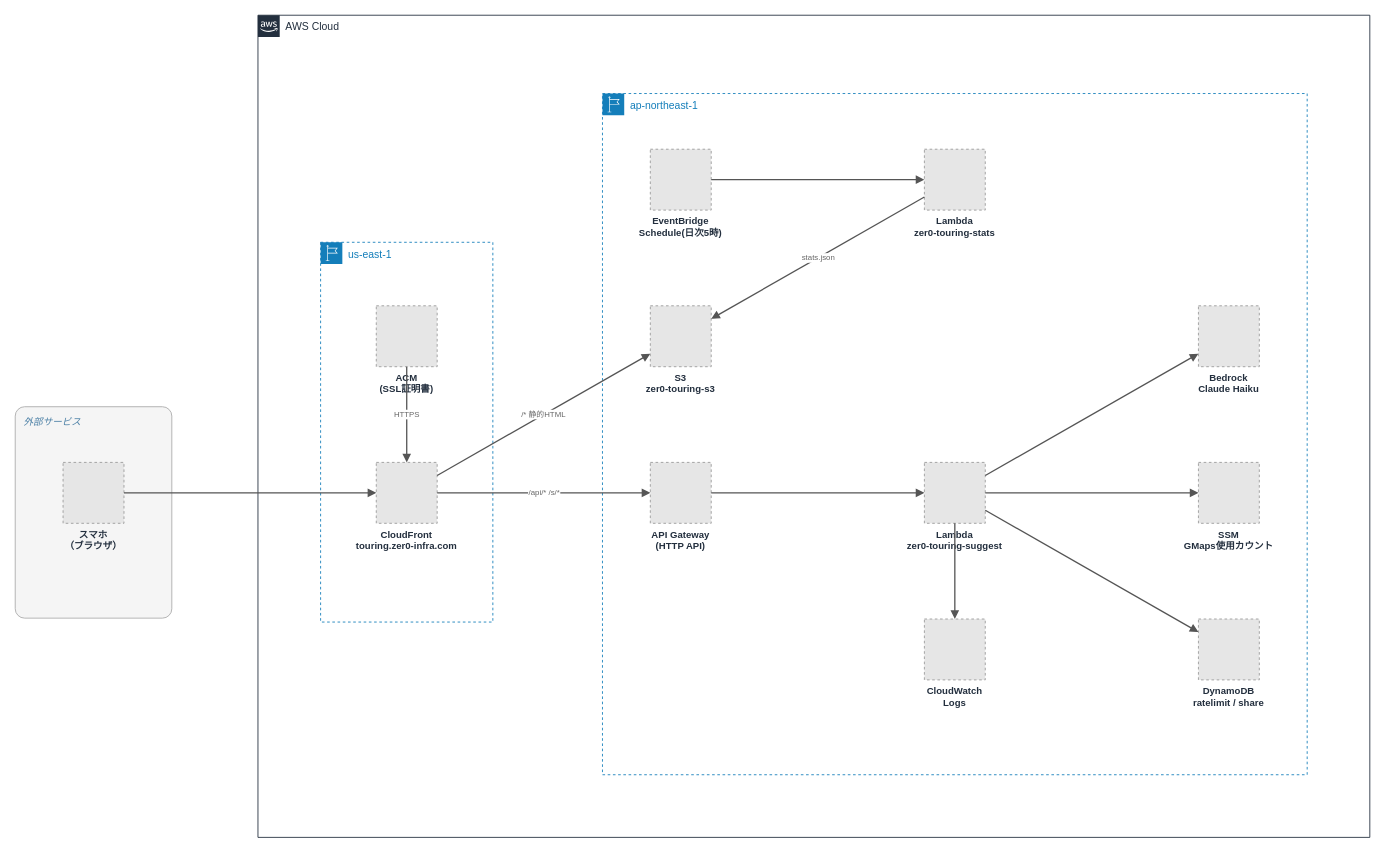
Above: 007_zer0-touring-app/images/007_architecture.drawio in Zer0-1179/Zer0-public (draw.io), before the change. Source tidied: cells renumbered, new cells numbered last; positions are measured from the earlier drawing's top-left corner, leaving out a move shared by most shapes. Both pictures are drawn from the tidied source at 87%, with x=0, y=0 at pixel (15, 15). Pictures stored in the file or linked from it are replaced by grey dashed boxes.
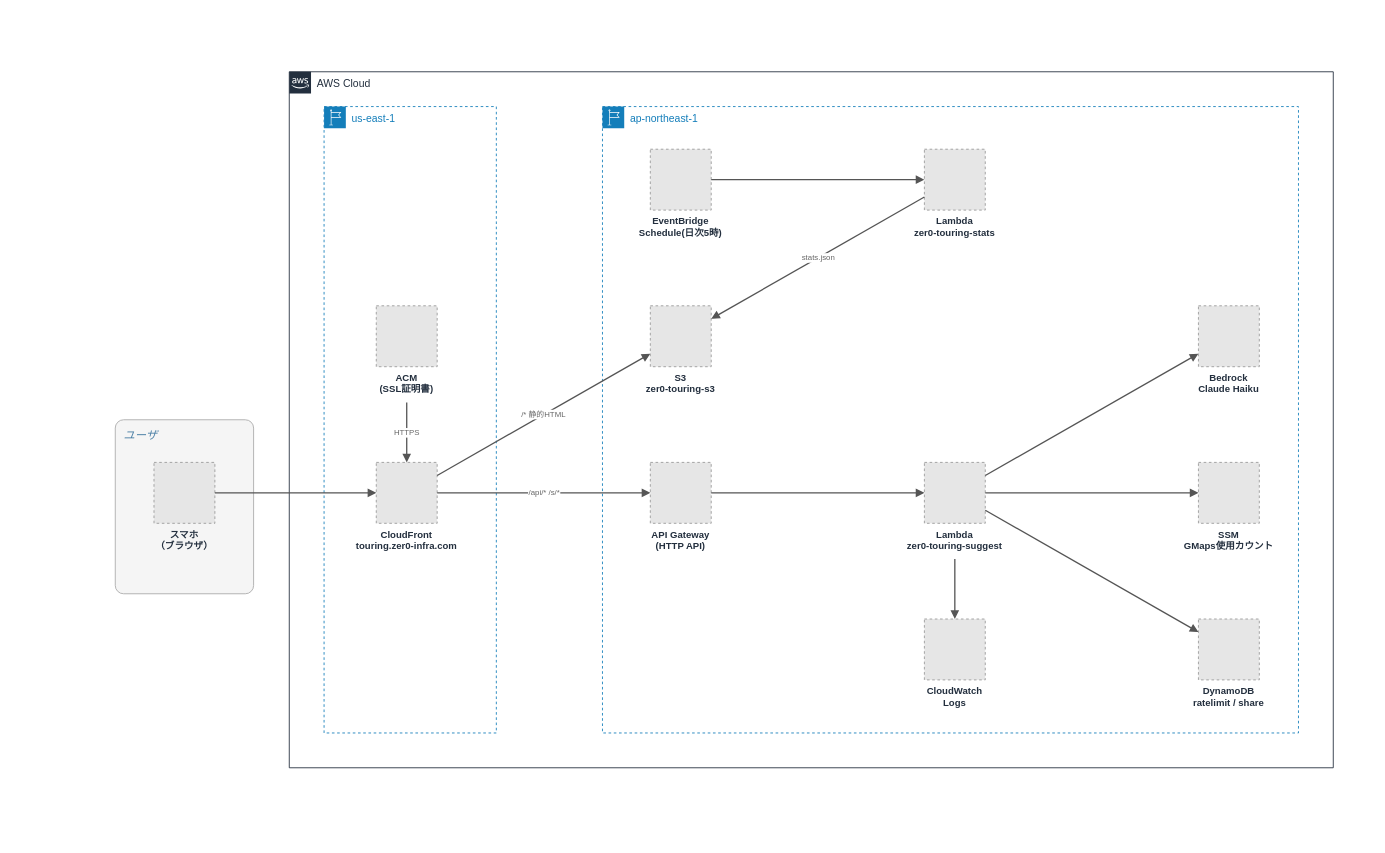
The same diagram, later.

The change refers to these unchanged cells:
```xml
<mxCell id="7" value="ACM&#10;(SSL証明書)" style="fillColor=#E6E6E6;strokeColor=#999999;dashed=1;verticalLabelPosition=bottom;verticalAlign=top;labelBackgroundColor=none;fontSize=11;fontStyle=1;fontColor=#232F3E;" parent="1" vertex="1">
  <mxGeometry x="415" y="334" width="70" height="70" as="geometry" />
</mxCell>
<mxCell id="8" value="CloudFront&#10;touring.zer0-infra.com" style="fillColor=#E6E6E6;strokeColor=#999999;dashed=1;verticalLabelPosition=bottom;verticalAlign=top;labelBackgroundColor=none;fontSize=11;fontStyle=1;fontColor=#232F3E;" parent="1" vertex="1">
  <mxGeometry x="415" y="514" width="70" height="70" as="geometry" />
</mxCell>
<mxCell id="11" value="Lambda&#10;zer0-touring-suggest" style="fillColor=#E6E6E6;strokeColor=#999999;dashed=1;verticalLabelPosition=bottom;verticalAlign=top;labelBackgroundColor=none;fontSize=11;fontStyle=1;fontColor=#232F3E;" parent="1" vertex="1">
  <mxGeometry x="1045" y="514" width="70" height="70" as="geometry" />
</mxCell>
<mxCell id="14" value="CloudWatch&#10;Logs" style="fillColor=#E6E6E6;strokeColor=#999999;dashed=1;verticalLabelPosition=bottom;verticalAlign=top;labelBackgroundColor=none;fontSize=11;fontStyle=1;fontColor=#232F3E;" parent="1" vertex="1">
  <mxGeometry x="1045" y="694" width="70" height="70" as="geometry" />
</mxCell>
```

The edit, as a diff of the source:
```diff
@@
     <mxCell id="2" value="AWS Cloud" style="gradientColor=none;html=1;whiteSpace=wrap;fontSize=12;fontStyle=0;shape=mxgraph.aws4.group;grIcon=mxgraph.aws4.group_aws_cloud_alt;strokeColor=#232F3E;fillColor=none;verticalAlign=top;align=left;spacingLeft=30;fontColor=#232F3E;dashed=0;" parent="1" vertex="1">
-      <mxGeometry x="279" width="1278" height="945" as="geometry" />
+      <mxGeometry x="315" y="65" width="1200" height="800" as="geometry" />
     </mxCell>
-    <mxCell id="3" value="外部サービス" style="rounded=1;arcSize=6;whiteSpace=wrap;html=1;fillColor=#F5F5F5;strokeColor=#AAAAAA;verticalAlign=top;align=left;spacingLeft=8;spacingTop=4;fontColor=#4A7FA5;fontStyle=2;fontSize=11;" parent="1" vertex="1">
-      <mxGeometry y="450" width="180" height="243" as="geometry" />
-    </mxCell>
     <mxCell id="4" value="us-east-1" style="gradientColor=none;html=1;whiteSpace=wrap;fontSize=12;fontStyle=0;shape=mxgraph.aws4.group;grIcon=mxgraph.aws4.group_region;strokeColor=#147EBA;fillColor=none;verticalAlign=top;align=left;spacingLeft=30;fontColor=#147EBA;dashed=1;" parent="2" vertex="1">
-      <mxGeometry x="72" y="261" width="198" height="436.5" as="geometry" />
+      <mxGeometry x="40" y="40" width="198" height="720" as="geometry" />
     </mxCell>
     <mxCell id="5" value="ap-northeast-1" style="gradientColor=none;html=1;whiteSpace=wrap;fontSize=12;fontStyle=0;shape=mxgraph.aws4.group;grIcon=mxgraph.aws4.group_region;strokeColor=#147EBA;fillColor=none;verticalAlign=top;align=left;spacingLeft=30;fontColor=#147EBA;dashed=1;" parent="2" vertex="1">
-      <mxGeometry x="396" y="90" width="810" height="783" as="geometry" />
+      <mxGeometry x="360" y="40" width="800" height="720" as="geometry" />
     </mxCell>
+    <mxCell id="3" value="&lt;span style=&quot;font-size: 13px;&quot;&gt;ユーザ&lt;/span&gt;" style="rounded=1;arcSize=6;whiteSpace=wrap;html=1;fillColor=#F5F5F5;strokeColor=#AAAAAA;verticalAlign=top;align=left;spacingLeft=8;spacingTop=4;fontColor=#4A7FA5;fontStyle=2;fontSize=11;" parent="1" vertex="1">
+      <mxGeometry x="115" y="465" width="159" height="200" as="geometry" />
+    </mxCell>
     <mxCell id="6" value="スマホ&#10;（ブラウザ）" style="fillColor=#E6E6E6;strokeColor=#999999;dashed=1;verticalLabelPosition=bottom;verticalAlign=top;labelBackgroundColor=none;fontSize=11;fontStyle=1;fontColor=#232F3E;" parent="1" vertex="1">
-      <mxGeometry x="55" y="514" width="70" height="70" as="geometry" />
+      <mxGeometry x="159.5" y="514" width="70" height="70" as="geometry" />
     </mxCell>
@@
-    <mxCell id="19" value="HTTPS" style="endArrow=block;html=1;rounded=0;edgeStyle=none;strokeColor=#555555;strokeWidth=1.5;fontSize=9;fontColor=#666666;labelBackgroundColor=#FFFFFF;" parent="1" edge="1" source="7" target="8">
-      <mxGeometry relative="1" as="geometry" />
+    <mxCell id="19" value="HTTPS" style="endArrow=block;html=1;rounded=0;edgeStyle=none;strokeColor=#555555;strokeWidth=1.5;fontSize=9;fontColor=#666666;labelBackgroundColor=#FFFFFF;" parent="1" edge="1" target="8">
+      <mxGeometry relative="1" as="geometry">
+        <mxPoint x="450" y="445" as="sourcePoint" />
+      </mxGeometry>
     </mxCell>
@@
-    <mxCell id="25" style="endArrow=block;html=1;rounded=0;edgeStyle=none;strokeColor=#555555;strokeWidth=1.5;fontSize=9;fontColor=#666666;labelBackgroundColor=#FFFFFF;" parent="1" edge="1" source="11" target="14">
-      <mxGeometry relative="1" as="geometry" />
+    <mxCell id="25" style="endArrow=block;html=1;rounded=0;edgeStyle=none;strokeColor=#555555;strokeWidth=1.5;fontSize=9;fontColor=#666666;labelBackgroundColor=#FFFFFF;" parent="1" edge="1" target="14">
+      <mxGeometry relative="1" as="geometry">
+        <mxPoint x="1080" y="625" as="sourcePoint" />
+      </mxGeometry>
     </mxCell>
```
